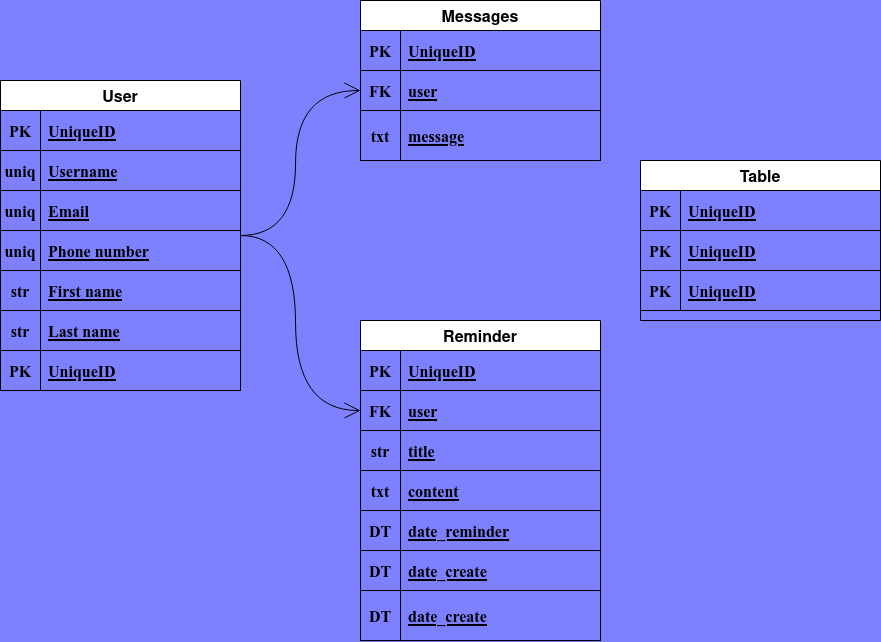
Majid-Aghamohammad/reminder keeps this draw.io diagram as ReminderDiagram.drawio.png. Above is the earlier version. Source tidied: cells renumbered, new cells last; positions are measured from the earlier drawing's top-left corner, leaving out a move shared by most shapes.
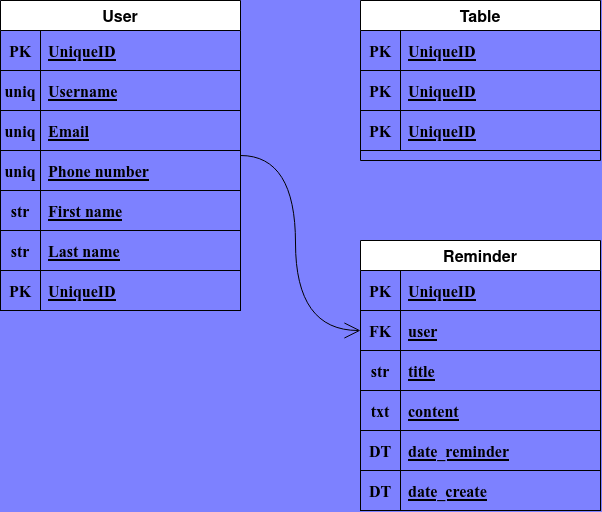
The same diagram one commit later.

What changed in the source:
```diff
@@ -2,9 +2,6 @@
   <root>
     <mxCell id="0" />
     <mxCell id="1" parent="0" />
-    <mxCell id="2" style="edgeStyle=orthogonalEdgeStyle;curved=1;rounded=0;jettySize=auto;html=1;entryX=0;entryY=0.5;entryDx=0;entryDy=0;fontFamily=Times New Roman;fontSize=12;endArrow=open;startSize=14;endSize=14;" parent="1" edge="1" source="4" target="40">
-      <mxGeometry relative="1" as="geometry" />
-    </mxCell>
     <mxCell id="3" style="edgeStyle=orthogonalEdgeStyle;curved=1;rounded=0;jettySize=auto;html=1;entryX=0;entryY=0.5;entryDx=0;entryDy=0;fontFamily=Times New Roman;fontSize=12;endArrow=open;startSize=14;endSize=14;" parent="1" edge="1" source="4" target="50">
       <mxGeometry relative="1" as="geometry" />
     </mxCell>
@@ -75,7 +72,7 @@
       <mxGeometry x="40" width="200" height="40" as="geometry" />
     </mxCell>
     <mxCell id="26" value="Table" style="shape=table;startSize=30;rowLines=0;fontStyle=1;align=center;rounded=0;shadow=0;glass=0;sketch=0;fontSize=16;" parent="1" vertex="1">
-      <mxGeometry x="640" y="160" width="240" height="160" as="geometry" />
+      <mxGeometry x="360" y="80" width="240" height="160" as="geometry" />
     </mxCell>
     <mxCell id="27" style="shape=tableRow;horizontal=0;startSize=0;swimlaneHead=0;swimlaneBody=0;fillColor=none;top=0;left=0;right=0;bottom=1;labelBackgroundColor=none;labelBorderColor=none;strokeColor=#000000;fontFamily=Times New Roman;fontSize=16;html=0;" parent="26" vertex="1">
       <mxGeometry y="30" width="240" height="40" as="geometry" />
@@ -104,38 +101,8 @@
     <mxCell id="35" value="UniqueID" style="shape=partialRectangle;fillColor=none;top=0;left=0;bottom=0;right=0;align=left;spacingLeft=6;fontStyle=5;overflow=hidden;labelBackgroundColor=none;labelBorderColor=none;strokeColor=#000000;fontFamily=Times New Roman;fontSize=16;html=0;" parent="33" vertex="1">
       <mxGeometry x="40" width="200" height="40" as="geometry" />
     </mxCell>
-    <mxCell id="36" value="Messages" style="shape=table;startSize=30;rowLines=0;fontStyle=1;align=center;rounded=0;shadow=0;glass=0;sketch=0;fontSize=16;" parent="1" vertex="1">
-      <mxGeometry x="360" width="240" height="160" as="geometry" />
-    </mxCell>
-    <mxCell id="37" style="shape=tableRow;horizontal=0;startSize=0;swimlaneHead=0;swimlaneBody=0;fillColor=none;top=0;left=0;right=0;bottom=1;labelBackgroundColor=none;labelBorderColor=none;strokeColor=#000000;fontFamily=Times New Roman;fontSize=16;html=0;" parent="36" vertex="1">
-      <mxGeometry y="30" width="240" height="40" as="geometry" />
-    </mxCell>
-    <mxCell id="38" value="PK" style="shape=partialRectangle;fillColor=none;top=0;left=0;bottom=0;right=0;fontStyle=1;overflow=hidden;labelBackgroundColor=none;labelBorderColor=none;strokeColor=#000000;fontFamily=Times New Roman;fontSize=16;html=0;" parent="37" vertex="1">
-      <mxGeometry width="40" height="40" as="geometry" />
-    </mxCell>
-    <mxCell id="39" value="UniqueID" style="shape=partialRectangle;fillColor=none;top=0;left=0;bottom=0;right=0;align=left;spacingLeft=6;fontStyle=5;overflow=hidden;labelBackgroundColor=none;labelBorderColor=none;strokeColor=#000000;fontFamily=Times New Roman;fontSize=16;html=0;" parent="37" vertex="1">
-      <mxGeometry x="40" width="200" height="40" as="geometry" />
-    </mxCell>
-    <mxCell id="40" style="shape=tableRow;horizontal=0;startSize=0;swimlaneHead=0;swimlaneBody=0;fillColor=none;points=[[0,0.5],[1,0.5]];portConstraint=eastwest;top=0;left=0;right=0;bottom=1;labelBackgroundColor=none;labelBorderColor=none;strokeColor=#000000;fontFamily=Times New Roman;fontSize=16;html=0;" parent="36" vertex="1">
-      <mxGeometry y="70" width="240" height="40" as="geometry" />
-    </mxCell>
-    <mxCell id="41" value="FK" style="shape=partialRectangle;fillColor=none;top=0;left=0;bottom=0;right=0;fontStyle=1;overflow=hidden;labelBackgroundColor=none;labelBorderColor=none;strokeColor=#000000;fontFamily=Times New Roman;fontSize=16;html=0;" parent="40" vertex="1">
-      <mxGeometry width="40" height="40" as="geometry" />
-    </mxCell>
-    <mxCell id="42" value="user" style="shape=partialRectangle;fillColor=none;top=0;left=0;bottom=0;right=0;align=left;spacingLeft=6;fontStyle=5;overflow=hidden;labelBackgroundColor=none;labelBorderColor=none;strokeColor=#000000;fontFamily=Times New Roman;fontSize=16;html=0;" parent="40" vertex="1">
-      <mxGeometry x="40" width="200" height="40" as="geometry" />
-    </mxCell>
-    <mxCell id="43" style="shape=tableRow;horizontal=0;startSize=0;swimlaneHead=0;swimlaneBody=0;fillColor=none;top=0;left=0;right=0;bottom=1;labelBackgroundColor=none;labelBorderColor=none;strokeColor=#000000;fontFamily=Times New Roman;fontSize=16;html=0;" parent="36" vertex="1">
-      <mxGeometry y="110" width="240" height="50" as="geometry" />
-    </mxCell>
-    <mxCell id="44" value="txt" style="shape=partialRectangle;fillColor=none;top=0;left=0;bottom=0;right=0;fontStyle=1;overflow=hidden;labelBackgroundColor=none;labelBorderColor=none;strokeColor=#000000;fontFamily=Times New Roman;fontSize=16;html=0;" parent="43" vertex="1">
-      <mxGeometry width="40" height="50" as="geometry" />
-    </mxCell>
-    <mxCell id="45" value="message" style="shape=partialRectangle;fillColor=none;top=0;left=0;bottom=0;right=0;align=left;spacingLeft=6;fontStyle=5;overflow=hidden;labelBackgroundColor=none;labelBorderColor=none;strokeColor=#000000;fontFamily=Times New Roman;fontSize=16;html=0;" parent="43" vertex="1">
-      <mxGeometry x="40" width="200" height="50" as="geometry" />
-    </mxCell>
     <mxCell id="46" value="Reminder" style="shape=table;startSize=30;rowLines=0;fontStyle=1;align=center;rounded=0;shadow=0;glass=0;sketch=0;fontSize=16;" parent="1" vertex="1">
-      <mxGeometry x="360" y="320" width="240" height="320" as="geometry" />
+      <mxGeometry x="360" y="320" width="240" height="270" as="geometry" />
     </mxCell>
     <mxCell id="47" style="shape=tableRow;horizontal=0;startSize=0;swimlaneHead=0;swimlaneBody=0;fillColor=none;top=0;left=0;right=0;bottom=1;labelBackgroundColor=none;labelBorderColor=none;strokeColor=#000000;fontFamily=Times New Roman;fontSize=16;html=0;" parent="46" vertex="1">
       <mxGeometry y="30" width="240" height="40" as="geometry" />
@@ -191,14 +158,5 @@
     <mxCell id="64" value="date_create" style="shape=partialRectangle;fillColor=none;top=0;left=0;bottom=0;right=0;align=left;spacingLeft=6;fontStyle=5;overflow=hidden;labelBackgroundColor=none;labelBorderColor=none;strokeColor=#000000;fontFamily=Times New Roman;fontSize=16;html=0;" parent="62" vertex="1">
       <mxGeometry x="40" width="200" height="40" as="geometry" />
     </mxCell>
-    <mxCell id="65" style="shape=tableRow;horizontal=0;startSize=0;swimlaneHead=0;swimlaneBody=0;fillColor=none;top=0;left=0;right=0;bottom=1;labelBackgroundColor=none;labelBorderColor=none;strokeColor=#000000;fontFamily=Times New Roman;fontSize=16;html=0;" parent="46" vertex="1">
-      <mxGeometry y="270" width="240" height="50" as="geometry" />
-    </mxCell>
-    <mxCell id="66" value="DT" style="shape=partialRectangle;fillColor=none;top=0;left=0;bottom=0;right=0;fontStyle=1;overflow=hidden;labelBackgroundColor=none;labelBorderColor=none;strokeColor=#000000;fontFamily=Times New Roman;fontSize=16;html=0;" parent="65" vertex="1">
-      <mxGeometry width="40" height="50" as="geometry" />
-    </mxCell>
-    <mxCell id="67" value="date_create" style="shape=partialRectangle;fillColor=none;top=0;left=0;bottom=0;right=0;align=left;spacingLeft=6;fontStyle=5;overflow=hidden;labelBackgroundColor=none;labelBorderColor=none;strokeColor=#000000;fontFamily=Times New Roman;fontSize=16;html=0;" parent="65" vertex="1">
-      <mxGeometry x="40" width="200" height="50" as="geometry" />
-    </mxCell>
   </root>
 </mxGraphModel>
```
